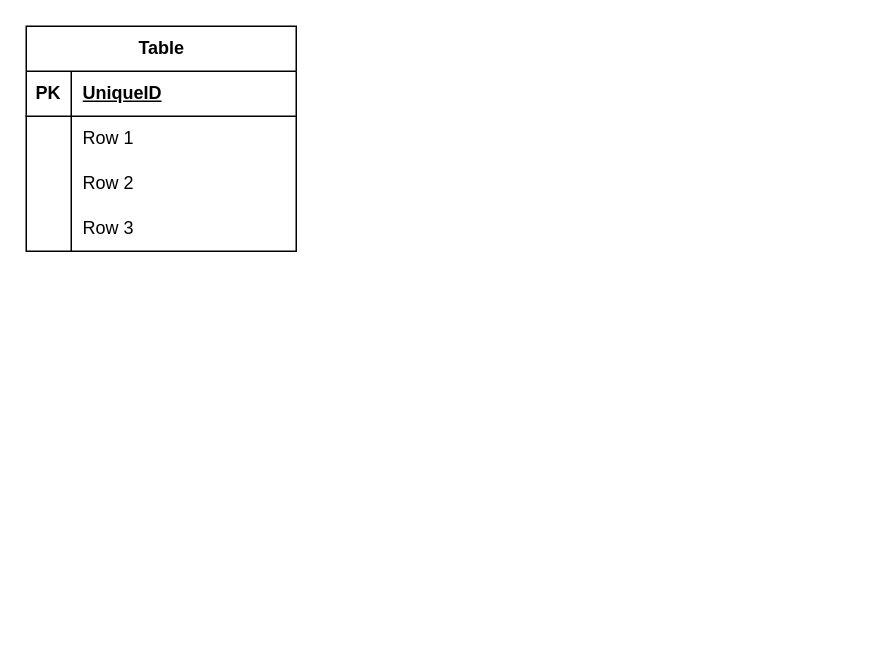
The draw.io diagram database-diagrams/Untitled Diagram.drawio in sjcartman/ski-booking, before the edit. Source tidied: cells renumbered, new cells numbered last; positions are measured from the earlier drawing's top-left corner, leaving out a move shared by most shapes. Both pictures are drawn from the tidied source at 150%, with x=0, y=0 at pixel (26, 26).
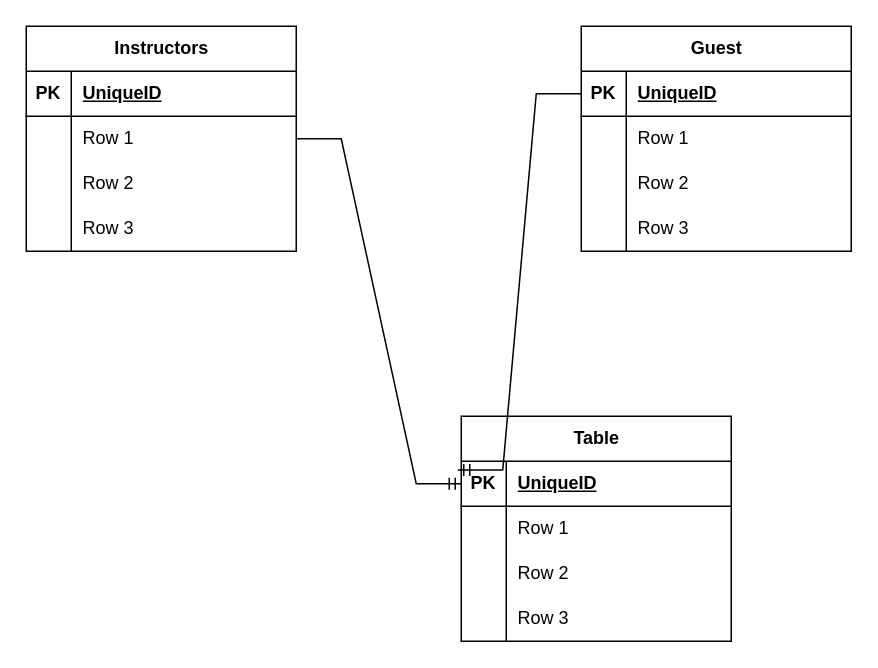
The same diagram, later.

Unchanged cells that the change refers to:
```xml
<mxCell id="6" style="shape=tableRow;horizontal=0;startSize=0;swimlaneHead=0;swimlaneBody=0;fillColor=none;points=[[0,0.5],[1,0.5]];portConstraint=eastwest;top=0;left=0;right=0;bottom=0;" parent="2" vertex="1">
  <mxGeometry y="60" width="180" height="30" as="geometry" />
</mxCell>
```

What changed in the source:
```diff
@@
-    <mxCell id="2" value="Table" style="shape=table;startSize=30;childLayout=tableLayout;rowLines=0;fontStyle=1;align=center;html=1;" parent="1" vertex="1">
+    <mxCell id="2" value="Instructors" style="shape=table;startSize=30;childLayout=tableLayout;rowLines=0;fontStyle=1;align=center;html=1;" parent="1" vertex="1">
       <mxGeometry width="180" height="150" as="geometry" />
     </mxCell>
@@
+    <mxCell id="15" value="Guest" style="shape=table;startSize=30;childLayout=tableLayout;rowLines=0;fontStyle=1;align=center;html=1;" parent="1" vertex="1">
+      <mxGeometry x="370" width="180" height="150" as="geometry" />
+    </mxCell>
+    <mxCell id="16" style="shape=tableRow;horizontal=0;startSize=0;swimlaneHead=0;swimlaneBody=0;fillColor=none;points=[[0,0.5],[1,0.5]];portConstraint=eastwest;top=0;left=0;right=0;bottom=1;" parent="15" vertex="1">
+      <mxGeometry y="30" width="180" height="30" as="geometry" />
+    </mxCell>
+    <mxCell id="17" value="PK" style="shape=partialRectangle;fillColor=none;top=0;left=0;bottom=0;right=0;fontStyle=1;overflow=hidden;whiteSpace=wrap;html=1;" parent="16" vertex="1">
+      <mxGeometry width="30" height="30" as="geometry" />
+    </mxCell>
+    <mxCell id="18" value="UniqueID" style="shape=partialRectangle;fillColor=none;top=0;left=0;bottom=0;right=0;align=left;spacingLeft=6;fontStyle=5;overflow=hidden;whiteSpace=wrap;html=1;" parent="16" vertex="1">
+      <mxGeometry x="30" width="150" height="30" as="geometry" />
+    </mxCell>
+    <mxCell id="19" style="shape=tableRow;horizontal=0;startSize=0;swimlaneHead=0;swimlaneBody=0;fillColor=none;top=0;left=0;right=0;bottom=0;" parent="15" vertex="1">
+      <mxGeometry y="60" width="180" height="30" as="geometry" />
+    </mxCell>
+    <mxCell id="20" style="shape=partialRectangle;fillColor=none;top=0;left=0;bottom=0;right=0;overflow=hidden;whiteSpace=wrap;html=1;" parent="19" vertex="1">
+      <mxGeometry width="30" height="30" as="geometry" />
+    </mxCell>
+    <mxCell id="21" value="Row 1" style="shape=partialRectangle;fillColor=none;top=0;left=0;bottom=0;right=0;align=left;spacingLeft=6;overflow=hidden;whiteSpace=wrap;html=1;" parent="19" vertex="1">
+      <mxGeometry x="30" width="150" height="30" as="geometry" />
+    </mxCell>
+    <mxCell id="22" style="shape=tableRow;horizontal=0;startSize=0;swimlaneHead=0;swimlaneBody=0;fillColor=none;top=0;left=0;right=0;bottom=0;" parent="15" vertex="1">
+      <mxGeometry y="90" width="180" height="30" as="geometry" />
+    </mxCell>
+    <mxCell id="23" style="shape=partialRectangle;fillColor=none;top=0;left=0;bottom=0;right=0;overflow=hidden;whiteSpace=wrap;html=1;" parent="22" vertex="1">
+      <mxGeometry width="30" height="30" as="geometry" />
+    </mxCell>
+    <mxCell id="24" value="Row 2" style="shape=partialRectangle;fillColor=none;top=0;left=0;bottom=0;right=0;align=left;spacingLeft=6;overflow=hidden;whiteSpace=wrap;html=1;" parent="22" vertex="1">
+      <mxGeometry x="30" width="150" height="30" as="geometry" />
+    </mxCell>
+    <mxCell id="25" style="shape=tableRow;horizontal=0;startSize=0;swimlaneHead=0;swimlaneBody=0;fillColor=none;top=0;left=0;right=0;bottom=0;" parent="15" vertex="1">
+      <mxGeometry y="120" width="180" height="30" as="geometry" />
+    </mxCell>
+    <mxCell id="26" style="shape=partialRectangle;fillColor=none;top=0;left=0;bottom=0;right=0;overflow=hidden;whiteSpace=wrap;html=1;" parent="25" vertex="1">
+      <mxGeometry width="30" height="30" as="geometry" />
+    </mxCell>
+    <mxCell id="27" value="Row 3" style="shape=partialRectangle;fillColor=none;top=0;left=0;bottom=0;right=0;align=left;spacingLeft=6;overflow=hidden;whiteSpace=wrap;html=1;" parent="25" vertex="1">
+      <mxGeometry x="30" width="150" height="30" as="geometry" />
+    </mxCell>
+    <mxCell id="28" style="edgeStyle=entityRelationEdgeStyle;fontSize=12;html=1;endArrow=ERmandOne;rounded=0;entryX=0;entryY=0.5;entryDx=0;entryDy=0;" parent="1" edge="1" source="6" target="30">
+      <mxGeometry relative="1" as="geometry" />
+    </mxCell>
+    <mxCell id="29" value="Table" style="shape=table;startSize=30;childLayout=tableLayout;rowLines=0;fontStyle=1;align=center;html=1;" parent="1" vertex="1">
+      <mxGeometry x="290" y="260" width="180" height="150" as="geometry" />
+    </mxCell>
+    <mxCell id="30" style="shape=tableRow;horizontal=0;startSize=0;swimlaneHead=0;swimlaneBody=0;fillColor=none;points=[[0,0.5],[1,0.5]];portConstraint=eastwest;top=0;left=0;right=0;bottom=1;" parent="29" vertex="1">
+      <mxGeometry y="30" width="180" height="30" as="geometry" />
+    </mxCell>
+    <mxCell id="31" value="PK" style="shape=partialRectangle;fillColor=none;top=0;left=0;bottom=0;right=0;fontStyle=1;overflow=hidden;whiteSpace=wrap;html=1;" parent="30" vertex="1">
+      <mxGeometry width="30" height="30" as="geometry" />
+    </mxCell>
+    <mxCell id="32" value="UniqueID" style="shape=partialRectangle;fillColor=none;top=0;left=0;bottom=0;right=0;align=left;spacingLeft=6;fontStyle=5;overflow=hidden;whiteSpace=wrap;html=1;" parent="30" vertex="1">
+      <mxGeometry x="30" width="150" height="30" as="geometry" />
+    </mxCell>
+    <mxCell id="33" style="shape=tableRow;horizontal=0;startSize=0;swimlaneHead=0;swimlaneBody=0;fillColor=none;top=0;left=0;right=0;bottom=0;" parent="29" vertex="1">
+      <mxGeometry y="60" width="180" height="30" as="geometry" />
+    </mxCell>
+    <mxCell id="34" style="shape=partialRectangle;fillColor=none;top=0;left=0;bottom=0;right=0;overflow=hidden;whiteSpace=wrap;html=1;" parent="33" vertex="1">
+      <mxGeometry width="30" height="30" as="geometry" />
+    </mxCell>
+    <mxCell id="35" value="Row 1" style="shape=partialRectangle;fillColor=none;top=0;left=0;bottom=0;right=0;align=left;spacingLeft=6;overflow=hidden;whiteSpace=wrap;html=1;" parent="33" vertex="1">
+      <mxGeometry x="30" width="150" height="30" as="geometry" />
+    </mxCell>
+    <mxCell id="36" style="shape=tableRow;horizontal=0;startSize=0;swimlaneHead=0;swimlaneBody=0;fillColor=none;top=0;left=0;right=0;bottom=0;" parent="29" vertex="1">
+      <mxGeometry y="90" width="180" height="30" as="geometry" />
+    </mxCell>
+    <mxCell id="37" style="shape=partialRectangle;fillColor=none;top=0;left=0;bottom=0;right=0;overflow=hidden;whiteSpace=wrap;html=1;" parent="36" vertex="1">
+      <mxGeometry width="30" height="30" as="geometry" />
+    </mxCell>
+    <mxCell id="38" value="Row 2" style="shape=partialRectangle;fillColor=none;top=0;left=0;bottom=0;right=0;align=left;spacingLeft=6;overflow=hidden;whiteSpace=wrap;html=1;" parent="36" vertex="1">
+      <mxGeometry x="30" width="150" height="30" as="geometry" />
+    </mxCell>
+    <mxCell id="39" style="shape=tableRow;horizontal=0;startSize=0;swimlaneHead=0;swimlaneBody=0;fillColor=none;top=0;left=0;right=0;bottom=0;" parent="29" vertex="1">
+      <mxGeometry y="120" width="180" height="30" as="geometry" />
+    </mxCell>
+    <mxCell id="40" style="shape=partialRectangle;fillColor=none;top=0;left=0;bottom=0;right=0;overflow=hidden;whiteSpace=wrap;html=1;" parent="39" vertex="1">
+      <mxGeometry width="30" height="30" as="geometry" />
+    </mxCell>
+    <mxCell id="41" value="Row 3" style="shape=partialRectangle;fillColor=none;top=0;left=0;bottom=0;right=0;align=left;spacingLeft=6;overflow=hidden;whiteSpace=wrap;html=1;" parent="39" vertex="1">
+      <mxGeometry x="30" width="150" height="30" as="geometry" />
+    </mxCell>
+    <mxCell id="42" style="edgeStyle=entityRelationEdgeStyle;fontSize=12;html=1;endArrow=ERmandOne;rounded=0;exitX=0;exitY=0.5;exitDx=0;exitDy=0;entryX=-0.013;entryY=0.194;entryDx=0;entryDy=0;entryPerimeter=0;" parent="1" edge="1" source="16" target="30">
+      <mxGeometry relative="1" as="geometry">
+        <Array as="points">
+          <mxPoint x="230" y="120" />
+          <mxPoint x="260" y="160" />
+          <mxPoint x="260" y="110" />
+          <mxPoint x="310" y="140" />
+          <mxPoint x="280" y="160" />
+          <mxPoint x="240" y="140" />
+        </Array>
+      </mxGeometry>
+    </mxCell>
```
